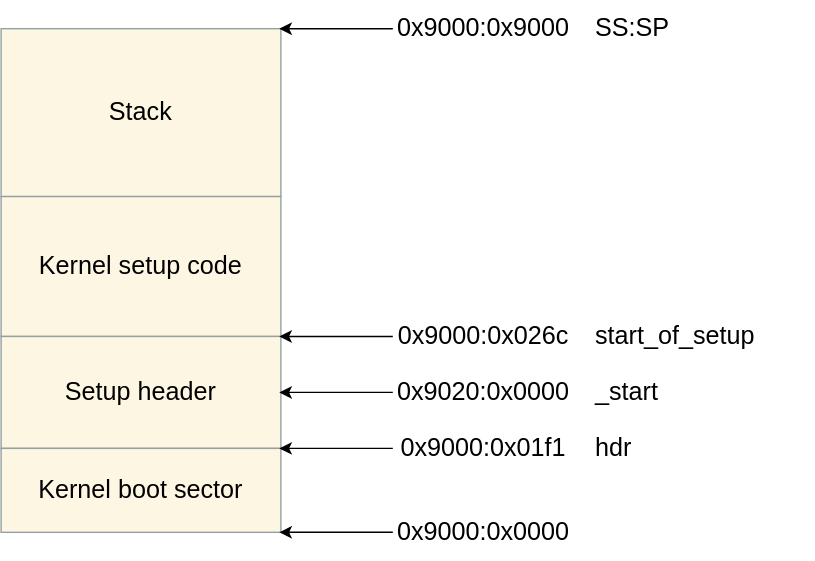
Before: Booting/images/early-stack.svg, a diagram exported from draw.io (0xAX/linux-insides). Source tidied: cells renumbered, new cells last; positions are measured from the earlier drawing's top-left corner, leaving out a move shared by most shapes.
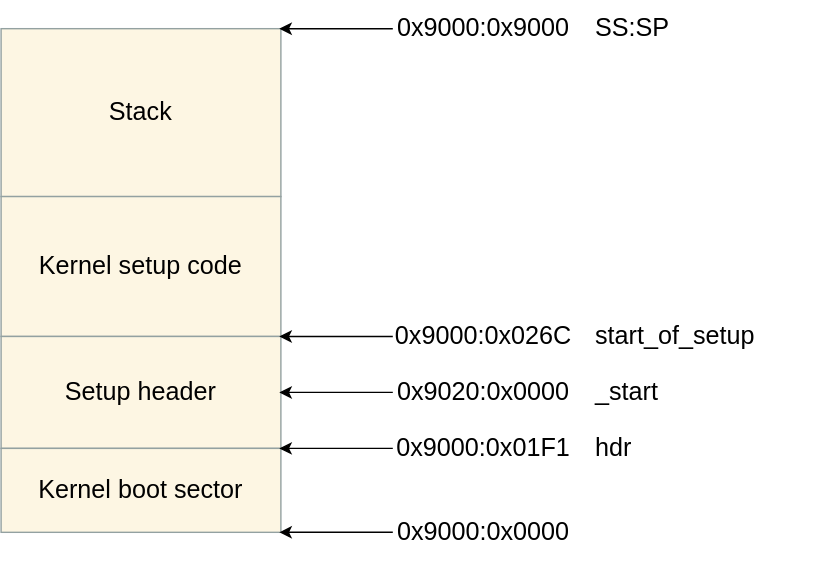
The same diagram one commit later.

The edit, as a diff of the source:
```diff
@@ -32,7 +32,7 @@
         <mxPoint x="200" y="235" as="targetPoint" />
       </mxGeometry>
     </mxCell>
-    <mxCell id="10" value="0x9000:0x026c" style="text;html=1;align=center;verticalAlign=middle;whiteSpace=wrap;rounded=0;fontSize=18;fontFamily=Helvetica;fontColor=#000000;" parent="1" vertex="1">
+    <mxCell id="10" value="0x9000:0x026C" style="text;html=1;align=center;verticalAlign=middle;whiteSpace=wrap;rounded=0;fontSize=18;fontFamily=Helvetica;fontColor=#000000;" parent="1" vertex="1">
       <mxGeometry x="280" y="220" width="130" height="30" as="geometry" />
     </mxCell>
     <mxCell id="11" value="start_of_setup" style="text;html=1;align=left;verticalAlign=middle;whiteSpace=nowrap;rounded=0;fontSize=18;fontFamily=Helvetica;fontColor=#000000;" parent="1" vertex="1">
@@ -56,7 +56,7 @@
         <mxPoint x="200" y="315" as="targetPoint" />
       </mxGeometry>
     </mxCell>
-    <mxCell id="16" value="0x9000:0x01f1" style="text;html=1;align=center;verticalAlign=middle;whiteSpace=wrap;rounded=0;fontSize=18;fontFamily=Helvetica;fontColor=#000000;" parent="1" vertex="1">
+    <mxCell id="16" value="0x9000:0x01F1" style="text;html=1;align=center;verticalAlign=middle;whiteSpace=wrap;rounded=0;fontSize=18;fontFamily=Helvetica;fontColor=#000000;" parent="1" vertex="1">
       <mxGeometry x="280" y="300" width="130" height="30" as="geometry" />
     </mxCell>
     <mxCell id="17" value="hdr" style="text;html=1;align=left;verticalAlign=middle;whiteSpace=nowrap;rounded=0;fontSize=18;fontFamily=Helvetica;fontColor=#000000;" parent="1" vertex="1">
```
